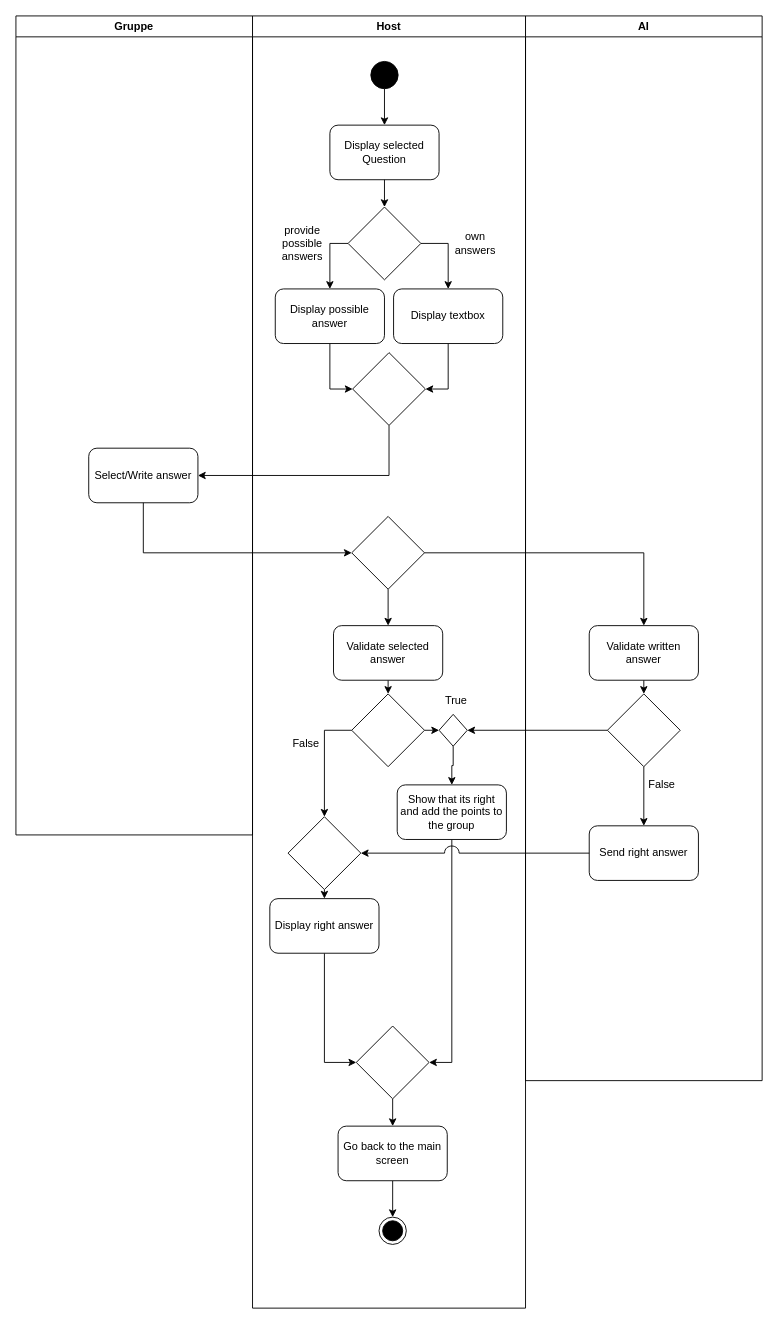
Before: Projektdateien/UML-Aktivitaetdiagramm/Aktivitaetdiagramm_Frage.drawio in Finn-B-DHBW/Der-Grosse-Preis, a draw.io diagram. Source tidied: cells renumbered, new cells numbered last; positions are measured from the earlier drawing's top-left corner, leaving out a move shared by most shapes. Both pictures are drawn from the tidied source at 91%, with x=0, y=0 at pixel (15, 15).
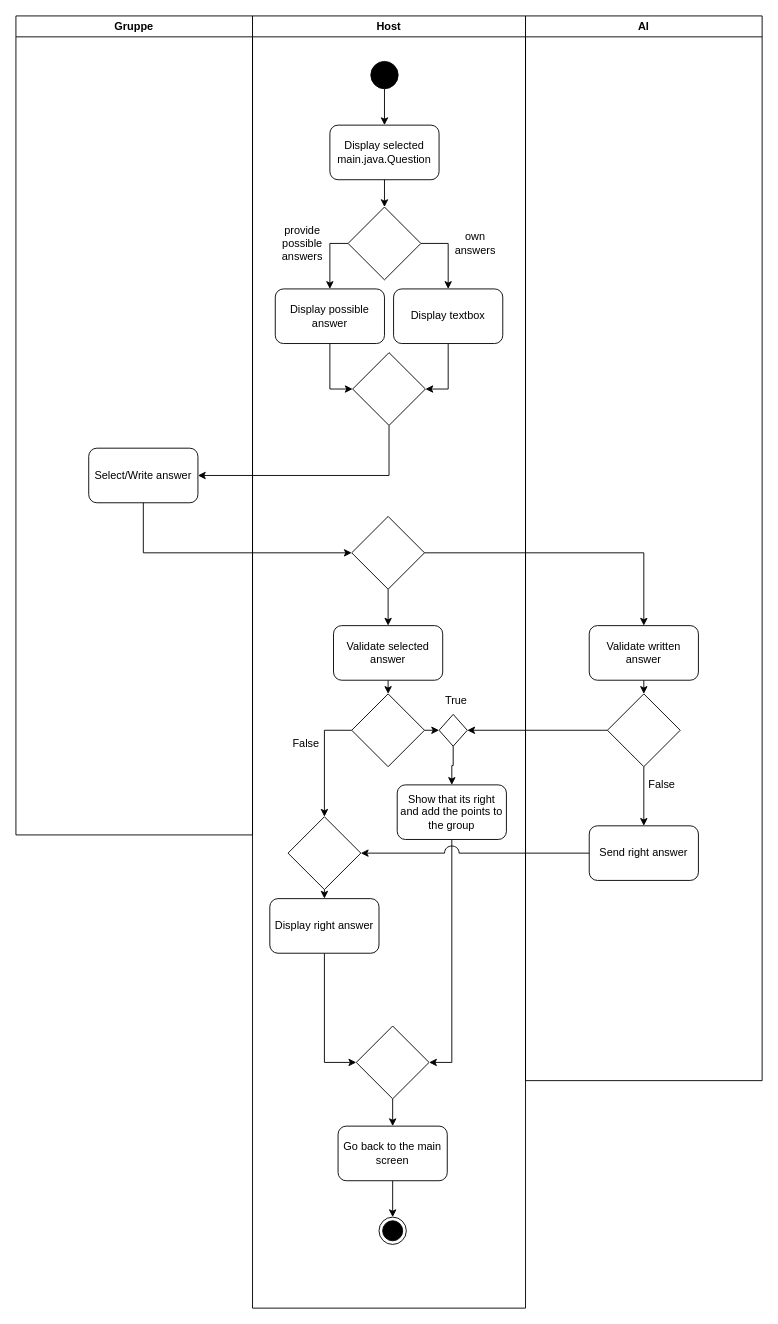
Above is the later version.

The change refers to these unchanged cells:
```xml
<mxCell id="4" value="Host" style="swimlane;whiteSpace=wrap;html=1;" parent="1" vertex="1">
  <mxGeometry x="260" width="300" height="1420" as="geometry" />
</mxCell>
```

Change to the diagram source:
```diff
@@
-    <mxCell id="5" value="Display selected Question" style="rounded=1;whiteSpace=wrap;html=1;" parent="4" vertex="1">
+    <mxCell id="5" value="Display selected main.java.Question" style="rounded=1;whiteSpace=wrap;html=1;" parent="4" vertex="1">
       <mxGeometry x="85" y="120" width="120" height="60" as="geometry" />
     </mxCell>
```
